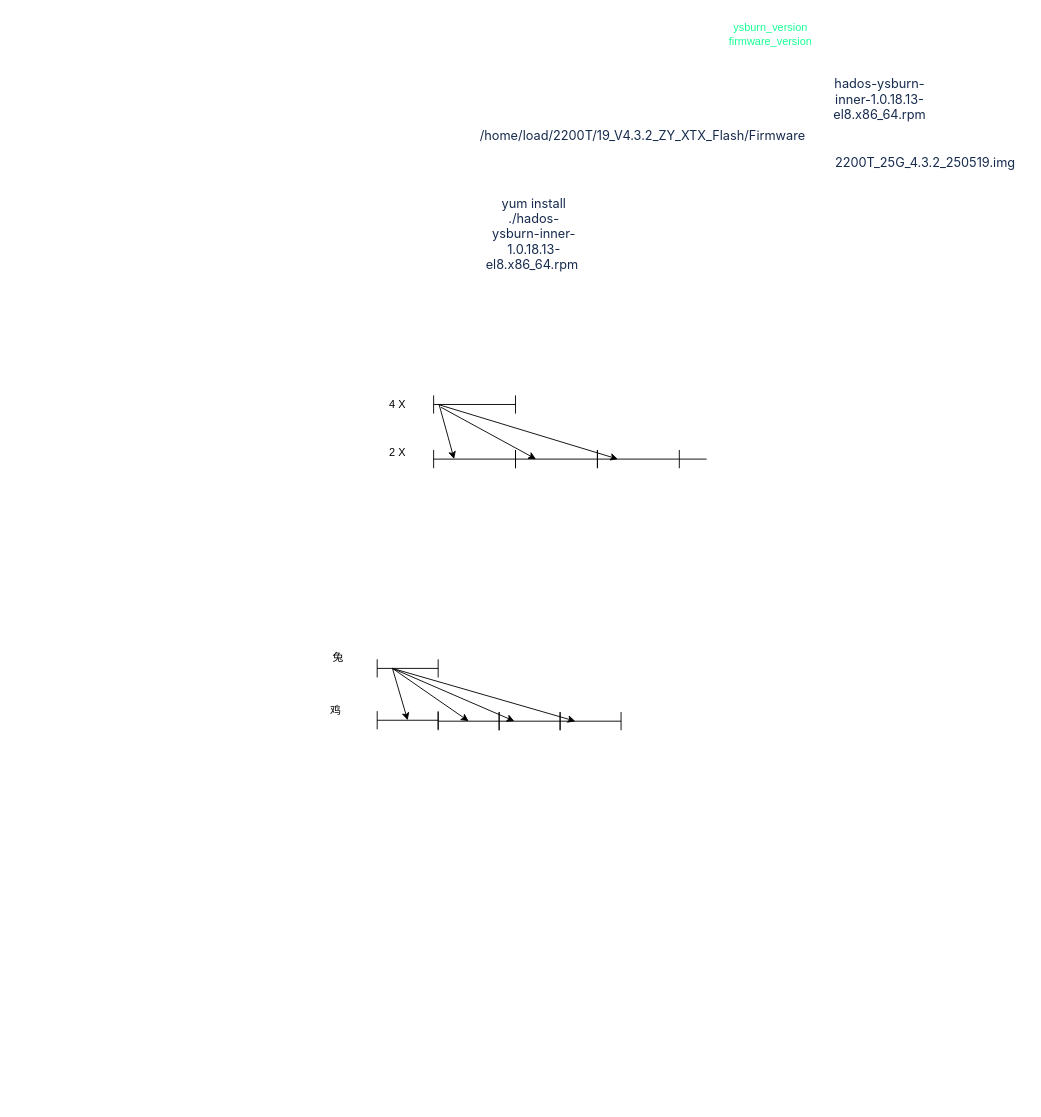
This is 奥数图.drawio from luckywind/picture, a draw.io file, before an edit. Source tidied: cells renumbered, new cells numbered last; positions are measured from the earlier drawing's top-left corner, leaving out a move shared by most shapes. Both pictures are drawn from the tidied source at 91%, with x=0, y=0 at pixel (321, 15).
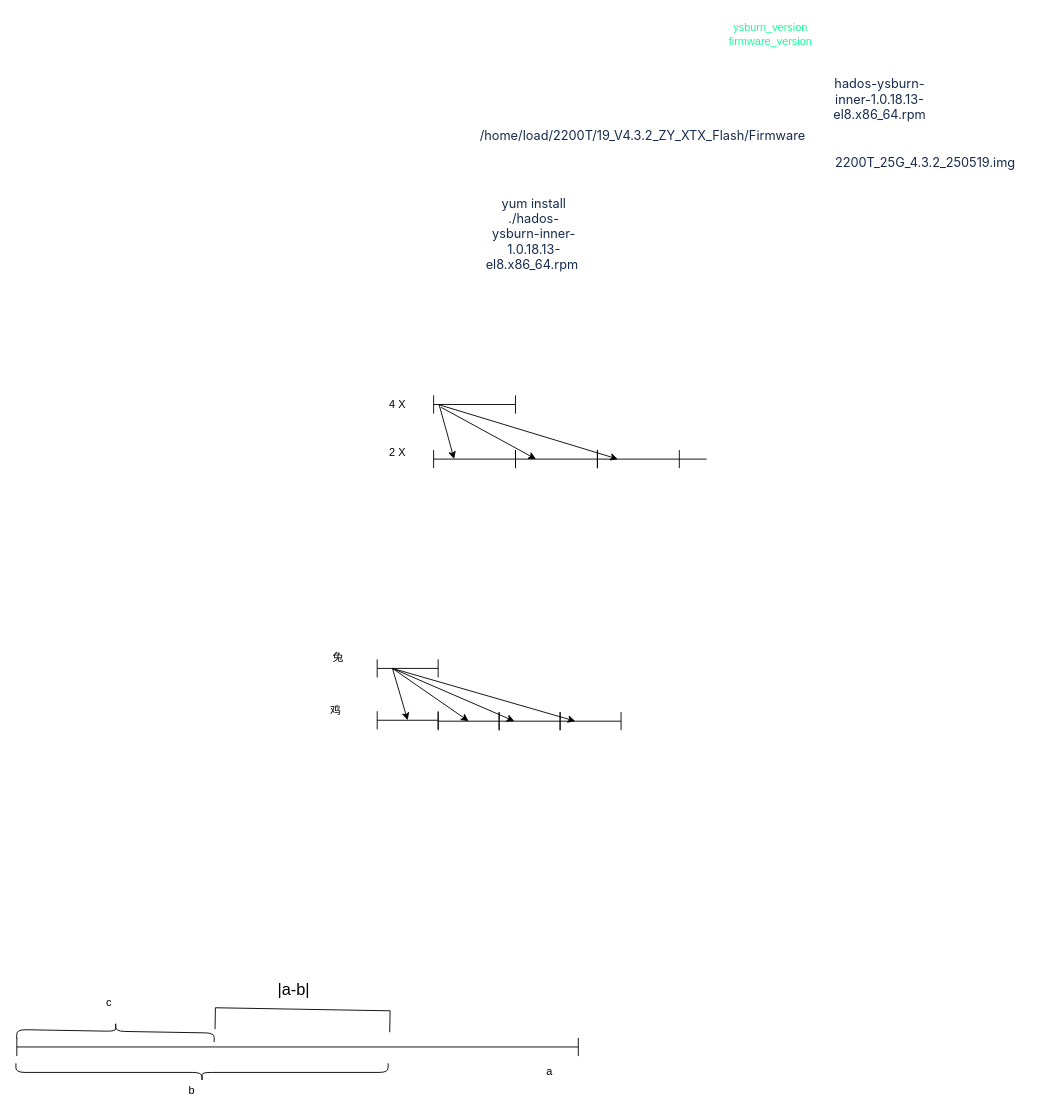
Above is the later version.

Commit message:
更新奥数图.drawio

Diff of the diagram source:
```diff
@@
+    <mxCell id="28" style="shape=crossbar;whiteSpace=wrap;html=1;rounded=1;" parent="1" vertex="1">
+      <mxGeometry x="-335" y="1123" width="617" height="20" as="geometry" />
+    </mxCell>
+    <mxCell id="29" style="shape=curlyBracket;whiteSpace=wrap;html=1;rounded=1;labelPosition=left;verticalLabelPosition=middle;align=right;verticalAlign=middle;rotation=91;" parent="1" vertex="1">
+      <mxGeometry x="-236.5" y="1007.3" width="20" height="217" as="geometry" />
+    </mxCell>
+    <mxCell id="30" style="shape=curlyBracket;whiteSpace=wrap;html=1;rounded=1;labelPosition=left;verticalLabelPosition=middle;align=right;verticalAlign=middle;rotation=-90;" parent="1" vertex="1">
+      <mxGeometry x="-141.5" y="956.5" width="20" height="409" as="geometry" />
+    </mxCell>
+    <mxCell id="31" style="shape=partialRectangle;whiteSpace=wrap;html=1;bottom=1;right=1;left=1;top=0;fillColor=none;routingCenterX=-0.5;rotation=-179;" parent="1" vertex="1">
+      <mxGeometry x="-117" y="1091.6" width="192" height="23" as="geometry" />
+    </mxCell>
+    <mxCell id="32" value="a" style="text;html=1;align=center;verticalAlign=middle;strokeColor=none;fillColor=none;" parent="1" vertex="1">
+      <mxGeometry x="237" y="1147" width="25" height="26" as="geometry" />
+    </mxCell>
+    <mxCell id="33" value="b" style="text;html=1;align=center;verticalAlign=middle;strokeColor=none;fillColor=none;" parent="1" vertex="1">
+      <mxGeometry x="-156" y="1168" width="25" height="26" as="geometry" />
+    </mxCell>
+    <mxCell id="34" value="c" style="text;html=1;align=center;verticalAlign=middle;strokeColor=none;fillColor=none;" parent="1" vertex="1">
+      <mxGeometry x="-246" y="1072" width="24" height="26" as="geometry" />
+    </mxCell>
+    <mxCell id="35" value="&lt;font style=&quot;font-size: 18px;&quot;&gt;|a-b|&lt;/font&gt;" style="text;html=1;align=center;verticalAlign=middle;strokeColor=none;fillColor=none;" parent="1" vertex="1">
+      <mxGeometry x="-58" y="1053" width="53" height="34" as="geometry" />
+    </mxCell>
```
